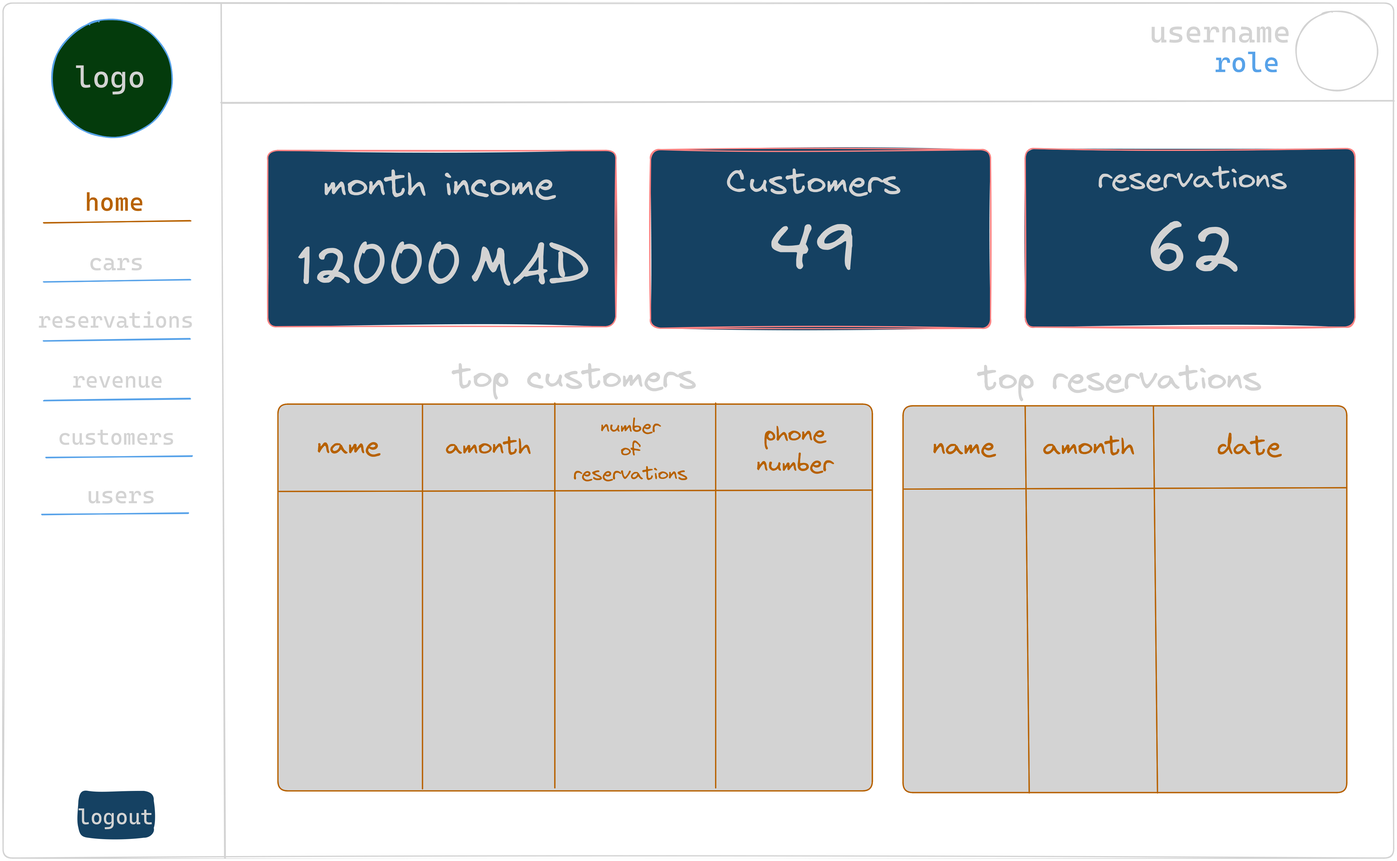
Earlier version of the Excalidraw export resources/images/dashboard_frame.png (badrxd/CMS). Source tidied: one line per element, renumbered; positions are measured from the earlier drawing's top-left corner, leaving out a move shared by most shapes.
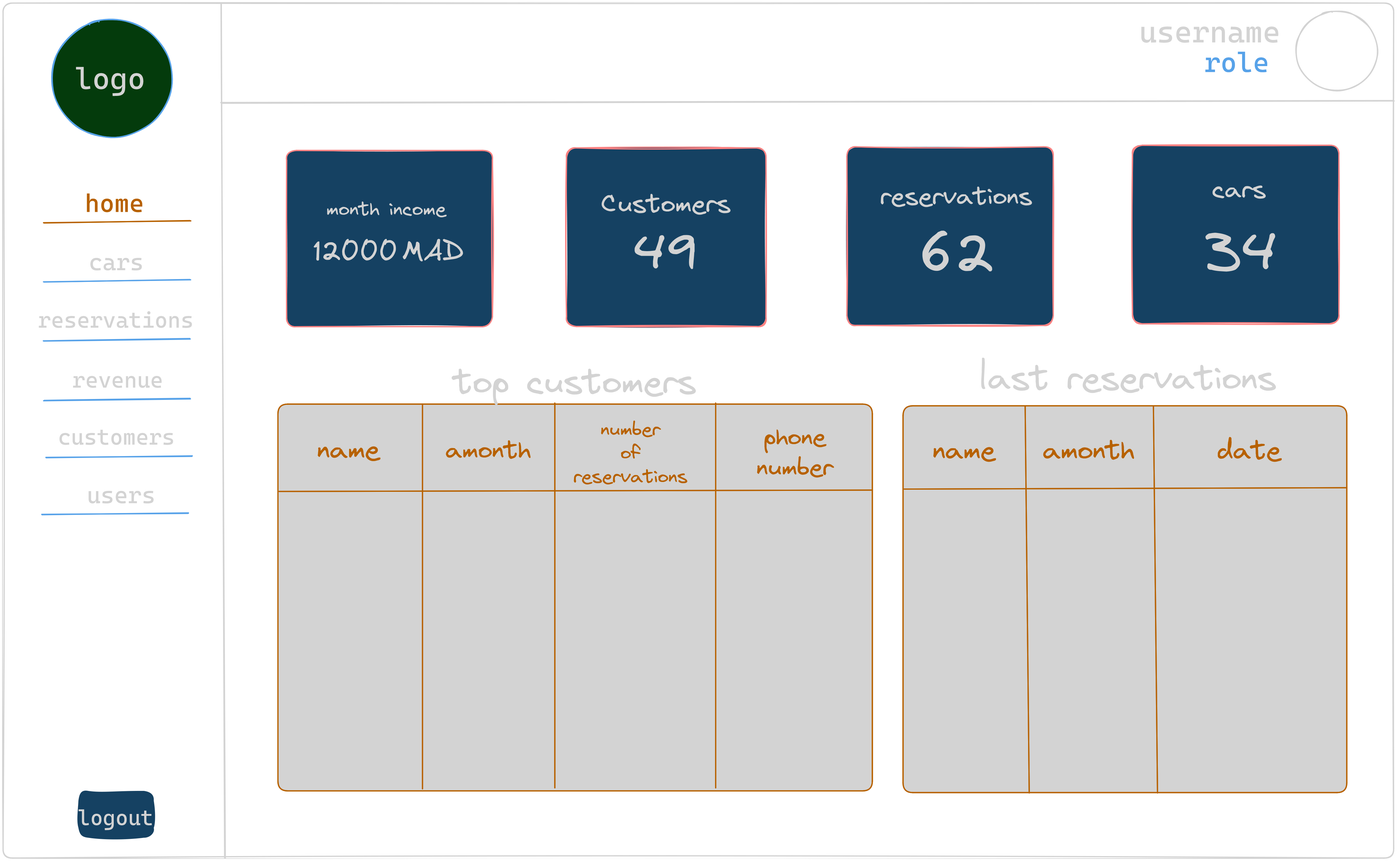
The same file after the commit.

Change to the diagram source:
```diff
@@ -2,49 +2,52 @@
 {"id": 1, "type": "line", "strokeColor": "#1e1e1e", "strokeWidth": 4, "roughness": 1, "round": true, "x": 709, "y": 0, "width": 13, "height": 2781, "points": [[0, 0], [13, 2781]]}
 {"id": 2, "type": "line", "strokeColor": "#1e1e1e", "strokeWidth": 4, "roughness": 1, "round": true, "x": 709, "y": 325, "width": 3815, "height": 7, "points": [[0, 0], [3815, -7]]}
 {"id": 3, "type": "ellipse", "strokeColor": "#1e1e1e", "strokeWidth": 4, "roughness": 1, "round": true, "x": 4205, "y": 26, "width": 265, "height": 258}
-{"id": 4, "type": "text", "text": "username", "strokeColor": "#1e1e1e", "strokeWidth": 4, "roughness": 1, "fontSize": 98.38, "fontFamily": 3, "x": 3728, "y": 33, "width": 461, "height": 118}
+{"id": 4, "type": "text", "text": "username", "strokeColor": "#1e1e1e", "strokeWidth": 4, "roughness": 1, "fontSize": 98.38, "fontFamily": 3, "x": 3695, "y": 33, "width": 459, "height": 118}
-{"id": 5, "type": "text", "text": "role", "strokeColor": "#1971c2", "strokeWidth": 4, "roughness": 1, "fontSize": 89.99, "fontFamily": 3, "x": 3941, "y": 137, "width": 210, "height": 108}
+{"id": 5, "type": "text", "text": "role", "strokeColor": "#1971c2", "strokeWidth": 4, "roughness": 1, "fontSize": 89.99, "fontFamily": 3, "x": 3907, "y": 137, "width": 211, "height": 108}
-{"id": 6, "type": "text", "text": "home", "strokeColor": "#f08c00", "strokeWidth": 4, "roughness": 1, "fontSize": 81.82, "fontFamily": 3, "x": 266, "y": 597, "width": 192, "height": 98}
+{"id": 6, "type": "text", "text": "home", "strokeColor": "#f08c00", "strokeWidth": 4, "roughness": 1, "fontSize": 81.82, "fontFamily": 3, "x": 266, "y": 597, "width": 208, "height": 98}
 {"id": 7, "type": "ellipse", "strokeColor": "#1971c2", "backgroundColor": "#b2f2bb", "fillStyle": "solid", "strokeWidth": 4, "roughness": 1, "round": true, "x": 159, "y": 53, "width": 391, "height": 384}
-{"id": 8, "type": "text", "text": "logo", "strokeColor": "#1e1e1e", "strokeWidth": 4, "roughness": 1, "fontSize": 98.38, "fontFamily": 3, "x": 233, "y": 179, "width": 230, "height": 118}
+{"id": 8, "type": "text", "text": "logo", "strokeColor": "#1e1e1e", "strokeWidth": 4, "roughness": 1, "fontSize": 98.38, "fontFamily": 3, "x": 233, "y": 179, "width": 196, "height": 118}
 {"id": 9, "type": "line", "strokeColor": "#f08c00", "backgroundColor": "#b2f2bb", "fillStyle": "solid", "strokeWidth": 4, "roughness": 1, "round": true, "x": 132, "y": 715, "width": 477, "height": 7, "points": [[0, 0], [477, -7]]}
 {"id": 10, "type": "text", "text": "cars", "strokeColor": "#1e1e1e", "strokeWidth": 4, "roughness": 1, "fontSize": 76.31, "fontFamily": 3, "x": 279, "y": 795, "width": 178, "height": 92}
 {"id": 11, "type": "line", "strokeColor": "#1971c2", "backgroundColor": "#b2f2bb", "fillStyle": "solid", "strokeWidth": 4, "roughness": 1, "round": true, "x": 132, "y": 907, "width": 477, "height": 7, "points": [[0, 0], [477, -7]]}
-{"id": 12, "type": "text", "text": "reservations", "strokeColor": "#1e1e1e", "strokeWidth": 4, "roughness": 1, "fontSize": 71.9, "fontFamily": 3, "x": 113, "y": 987, "width": 504, "height": 86}
+{"id": 12, "type": "text", "text": "reservations", "strokeColor": "#1e1e1e", "strokeWidth": 4, "roughness": 1, "fontSize": 71.9, "fontFamily": 3, "x": 113, "y": 987, "width": 506, "height": 86}
 {"id": 13, "type": "line", "strokeColor": "#1971c2", "backgroundColor": "#b2f2bb", "fillStyle": "solid", "strokeWidth": 4, "roughness": 1, "round": true, "x": 132, "y": 1099, "width": 477, "height": 7, "points": [[0, 0], [477, -7]]}
 {"id": 14, "type": "line", "strokeColor": "#1971c2", "backgroundColor": "#b2f2bb", "fillStyle": "solid", "strokeWidth": 4, "roughness": 1, "round": true, "x": 133, "y": 1294, "width": 477, "height": 7, "points": [[0, 0], [477, -7]]}
 {"id": 15, "type": "line", "strokeColor": "#1971c2", "backgroundColor": "#b2f2bb", "fillStyle": "solid", "strokeWidth": 4, "roughness": 1, "round": true, "x": 139, "y": 1480, "width": 477, "height": 7, "points": [[0, 0], [477, -7]]}
 {"id": 16, "type": "rectangle", "strokeColor": "transparent", "backgroundColor": "#a5d8ff", "fillStyle": "solid", "strokeWidth": 4, "roughness": 2, "round": true, "x": 245, "y": 2563, "width": 245, "height": 152}
-{"id": 17, "type": "text", "text": "logout", "strokeColor": "#1e1e1e", "strokeWidth": 4, "roughness": 1, "fontSize": 70.32, "fontFamily": 3, "x": 243, "y": 2603, "width": 246, "height": 84}
+{"id": 17, "type": "text", "text": "logout", "strokeColor": "#1e1e1e", "strokeWidth": 4, "roughness": 1, "fontSize": 70.32, "fontFamily": 3, "x": 243, "y": 2603, "width": 204, "height": 84}
 {"id": 18, "type": "text", "text": "revenue", "strokeColor": "#1e1e1e", "strokeWidth": 4, "roughness": 1, "fontSize": 71.9, "fontFamily": 3, "x": 225, "y": 1182, "width": 295, "height": 86}
 {"id": 19, "type": "text", "text": "customers", "strokeColor": "#1e1e1e", "strokeWidth": 4, "roughness": 1, "fontSize": 71.9, "fontFamily": 3, "x": 179, "y": 1367, "width": 380, "height": 86}
 {"id": 20, "type": "text", "text": "users", "strokeColor": "#1e1e1e", "strokeWidth": 4, "roughness": 1, "fontSize": 76.31, "fontFamily": 3, "x": 272, "y": 1553, "width": 223, "height": 92}
 {"id": 21, "type": "line", "strokeColor": "#1971c2", "backgroundColor": "#b2f2bb", "fillStyle": "solid", "strokeWidth": 4, "roughness": 1, "round": true, "x": 126, "y": 1665, "width": 477, "height": 7, "points": [[0, 0], [477, -7]]}
-{"id": 22, "type": "rectangle", "strokeColor": "#e03131", "backgroundColor": "#a5d8ff", "fillStyle": "solid", "strokeWidth": 4, "roughness": 2, "round": true, "x": 2106, "y": 477, "width": 1106, "height": 581}
+{"id": 22, "type": "rectangle", "strokeColor": "#e03131", "backgroundColor": "#a5d8ff", "fillStyle": "solid", "strokeWidth": 4, "roughness": 2, "round": true, "x": 1833, "y": 471, "width": 649, "height": 581}
-{"id": 23, "type": "rectangle", "strokeColor": "#e03131", "backgroundColor": "#a5d8ff", "fillStyle": "solid", "strokeWidth": 4, "roughness": 2, "round": true, "x": 861, "y": 479, "width": 1132, "height": 574}
+{"id": 23, "type": "rectangle", "strokeColor": "#e03131", "backgroundColor": "#a5d8ff", "fillStyle": "solid", "strokeWidth": 4, "roughness": 2, "round": true, "x": 922, "y": 479, "width": 669, "height": 574}
-{"id": 24, "type": "rectangle", "strokeColor": "#e03131", "backgroundColor": "#a5d8ff", "fillStyle": "solid", "strokeWidth": 4, "roughness": 2, "round": true, "x": 3325, "y": 473, "width": 1073, "height": 581}
+{"id": 24, "type": "rectangle", "strokeColor": "#e03131", "backgroundColor": "#a5d8ff", "fillStyle": "solid", "strokeWidth": 4, "roughness": 2, "round": true, "x": 2745, "y": 468, "width": 671, "height": 581}
-{"id": 25, "type": "text", "text": "Customers", "strokeColor": "#1e1e1e", "strokeWidth": 4, "roughness": 1, "fontSize": 113.1, "fontFamily": 1, "x": 2352, "y": 514, "width": 568, "height": 141}
+{"id": 25, "type": "text", "text": "Customers", "strokeColor": "#1e1e1e", "strokeWidth": 4, "roughness": 1, "fontSize": 83.99, "fontFamily": 1, "x": 1945, "y": 604, "width": 422, "height": 105}
-{"id": 26, "type": "text", "text": "49", "strokeColor": "#1e1e1e", "strokeWidth": 4, "roughness": 1, "fontSize": 224.04, "fontFamily": 1, "x": 2497, "y": 668, "width": 280, "height": 280}
+{"id": 26, "type": "text", "text": "49", "strokeColor": "#1e1e1e", "strokeWidth": 4, "roughness": 1, "fontSize": 166.37, "fontFamily": 1, "x": 2052, "y": 717, "width": 179, "height": 208}
-{"id": 27, "type": "text", "text": "reservations", "strokeColor": "#1e1e1e", "strokeWidth": 4, "roughness": 1, "fontSize": 102.07, "fontFamily": 1, "x": 3561, "y": 509, "width": 616, "height": 128}
+{"id": 27, "type": "text", "text": "reservations", "strokeColor": "#1e1e1e", "strokeWidth": 4, "roughness": 1, "fontSize": 81.58, "fontFamily": 1, "x": 2853, "y": 581, "width": 434, "height": 102}
-{"id": 28, "type": "text", "text": "62", "strokeColor": "#1e1e1e", "strokeWidth": 4, "roughness": 1, "fontSize": 224.04, "fontFamily": 1, "x": 3719, "y": 673, "width": 303, "height": 280}
+{"id": 28, "type": "text", "text": "62", "strokeColor": "#1e1e1e", "strokeWidth": 4, "roughness": 1, "fontSize": 179.07, "fontFamily": 1, "x": 2979, "y": 713, "width": 242, "height": 224}
-{"id": 29, "type": "text", "text": "month income", "strokeColor": "#1e1e1e", "strokeWidth": 4, "roughness": 1, "fontSize": 123.34, "fontFamily": 1, "x": 1041, "y": 515, "width": 755, "height": 154}
+{"id": 29, "type": "text", "text": "month income", "strokeColor": "#1e1e1e", "strokeWidth": 4, "roughness": 1, "fontSize": 63.37, "fontFamily": 1, "x": 1052, "y": 632, "width": 406, "height": 79}
-{"id": 30, "type": "text", "text": "12000", "strokeColor": "#1e1e1e", "strokeWidth": 4, "roughness": 1, "fontSize": 176.05, "fontFamily": 1, "x": 960, "y": 754, "width": 536, "height": 220}
+{"id": 30, "type": "text", "text": "12000", "strokeColor": "#1e1e1e", "strokeWidth": 4, "roughness": 1, "fontSize": 90.46, "fontFamily": 1, "x": 1010, "y": 755, "width": 276, "height": 113}
-{"id": 31, "type": "text", "text": "MAD", "strokeColor": "#1e1e1e", "strokeWidth": 4, "roughness": 1, "fontSize": 178.18, "fontFamily": 1, "x": 1520, "y": 749, "width": 392, "height": 223}
+{"id": 31, "type": "text", "text": "MAD", "strokeColor": "#1e1e1e", "strokeWidth": 4, "roughness": 1, "fontSize": 91.55, "fontFamily": 1, "x": 1298, "y": 753, "width": 205, "height": 114}
 {"id": 32, "type": "rectangle", "strokeColor": "#f08c00", "backgroundColor": "#1e1e1e", "fillStyle": "solid", "strokeWidth": 4, "roughness": 0, "round": true, "x": 894, "y": 1305, "width": 1933, "height": 1258}
-{"id": 33, "type": "text", "text": "top customers", "strokeColor": "#1e1e1e", "strokeWidth": 4, "roughness": 1, "fontSize": 113.1, "fontFamily": 1, "x": 1464, "y": 1148, "width": 791, "height": 141}
+{"id": 33, "type": "text", "text": "top customers", "strokeColor": "#1e1e1e", "strokeWidth": 4, "roughness": 1, "fontSize": 113.1, "fontFamily": 1, "x": 1464, "y": 1148, "width": 713, "height": 141}
 {"id": 34, "type": "line", "strokeColor": "#f08c00", "backgroundColor": "#1e1e1e", "fillStyle": "solid", "strokeWidth": 4, "roughness": 0, "round": true, "x": 898, "y": 1589, "width": 1930, "height": 4, "points": [[0, 0], [1930, -4]]}
 {"id": 35, "type": "rectangle", "strokeColor": "#f08c00", "backgroundColor": "#1e1e1e", "fillStyle": "solid", "strokeWidth": 4, "roughness": 0, "round": true, "x": 2927, "y": 1310, "width": 1443, "height": 1258}
-{"id": 36, "type": "text", "text": "top reservations", "strokeColor": "#1e1e1e", "strokeWidth": 4, "roughness": 1, "fontSize": 113.1, "fontFamily": 1, "x": 3173, "y": 1153, "width": 921, "height": 141}
+{"id": 36, "type": "text", "text": "last reservations", "strokeColor": "#1e1e1e", "strokeWidth": 4, "roughness": 1, "fontSize": 113.1, "fontFamily": 1, "x": 3173, "y": 1153, "width": 969, "height": 141}
 {"id": 37, "type": "line", "strokeColor": "#f08c00", "backgroundColor": "#1e1e1e", "fillStyle": "solid", "strokeWidth": 4, "roughness": 0, "round": true, "x": 2931, "y": 1581, "width": 1440, "height": 4, "points": [[0, 0], [1440, -4]]}
 {"id": 38, "type": "line", "strokeColor": "#f08c00", "backgroundColor": "#1e1e1e", "fillStyle": "solid", "strokeWidth": 4, "roughness": 0, "round": true, "x": 1364, "y": 1305, "width": 0, "height": 1252, "points": [[0, 0], [0, 1252]]}
 {"id": 39, "type": "line", "strokeColor": "#f08c00", "backgroundColor": "#1e1e1e", "fillStyle": "solid", "strokeWidth": 4, "roughness": 0, "round": true, "x": 1795, "y": 1301, "width": 0, "height": 1252, "points": [[0, 0], [0, 1252]]}
 {"id": 40, "type": "line", "strokeColor": "#f08c00", "backgroundColor": "#1e1e1e", "fillStyle": "solid", "strokeWidth": 4, "roughness": 0, "round": true, "x": 2318, "y": 1301, "width": 0, "height": 1252, "points": [[0, 0], [0, 1252]]}
-{"id": 41, "type": "text", "text": "name", "strokeColor": "#f08c00", "strokeWidth": 4, "roughness": 1, "fontSize": 88.19, "fontFamily": 1, "x": 1022, "y": 1386, "width": 204, "height": 110}
+{"id": 41, "type": "text", "text": "name", "strokeColor": "#f08c00", "strokeWidth": 4, "roughness": 1, "fontSize": 88.19, "fontFamily": 1, "x": 1022, "y": 1386, "width": 216, "height": 110}
-{"id": 42, "type": "text", "text": "amonth", "strokeColor": "#f08c00", "strokeWidth": 4, "roughness": 1, "fontSize": 81.73, "fontFamily": 1, "x": 1439, "y": 1393, "width": 276, "height": 102}
+{"id": 42, "type": "text", "text": "amonth", "strokeColor": "#f08c00", "strokeWidth": 4, "roughness": 1, "fontSize": 81.73, "fontFamily": 1, "x": 1439, "y": 1393, "width": 281, "height": 102}
-{"id": 43, "type": "text", "text": "number\nof\nreservations", "strokeColor": "#f08c00", "strokeWidth": 4, "roughness": 1, "fontSize": 61.48, "fontFamily": 1, "textAlign": "center", "x": 1855, "y": 1340, "width": 371, "height": 231}
+{"id": 43, "type": "text", "text": "number\nof\nreservations", "strokeColor": "#f08c00", "strokeWidth": 4, "roughness": 1, "fontSize": 61.48, "fontFamily": 1, "textAlign": "center", "x": 1877, "y": 1340, "width": 327, "height": 231}
-{"id": 44, "type": "text", "text": "phone\nnumber", "strokeColor": "#f08c00", "strokeWidth": 4, "roughness": 1, "fontSize": 78.67, "fontFamily": 1, "textAlign": "center", "x": 2451, "y": 1353, "width": 249, "height": 197}
+{"id": 44, "type": "text", "text": "phone\nnumber", "strokeColor": "#f08c00", "strokeWidth": 4, "roughness": 1, "fontSize": 78.67, "fontFamily": 1, "textAlign": "center", "x": 2439, "y": 1353, "width": 273, "height": 197}
 {"id": 45, "type": "line", "strokeColor": "#f08c00", "backgroundColor": "#1e1e1e", "fillStyle": "solid", "strokeWidth": 4, "roughness": 0, "round": true, "x": 3325, "y": 1311, "width": 13, "height": 1258, "points": [[0, 0], [13, 1258]]}
 {"id": 46, "type": "line", "strokeColor": "#f08c00", "backgroundColor": "#1e1e1e", "fillStyle": "solid", "strokeWidth": 4, "roughness": 0, "round": true, "x": 3742, "y": 1311, "width": 13, "height": 1258, "points": [[0, 0], [13, 1258]]}
-{"id": 47, "type": "text", "text": "name", "strokeColor": "#f08c00", "strokeWidth": 4, "roughness": 1, "fontSize": 88.19, "fontFamily": 1, "x": 3024, "y": 1389, "width": 204, "height": 110}
+{"id": 47, "type": "text", "text": "name", "strokeColor": "#f08c00", "strokeWidth": 4, "roughness": 1, "fontSize": 88.19, "fontFamily": 1, "x": 3024, "y": 1389, "width": 216, "height": 110}
-{"id": 48, "type": "text", "text": "amonth", "strokeColor": "#f08c00", "strokeWidth": 4, "roughness": 1, "fontSize": 88.19, "fontFamily": 1, "x": 3382, "y": 1389, "width": 297, "height": 110}
+{"id": 48, "type": "text", "text": "amonth", "strokeColor": "#f08c00", "strokeWidth": 4, "roughness": 1, "fontSize": 88.19, "fontFamily": 1, "x": 3382, "y": 1389, "width": 302, "height": 110}
-{"id": 49, "type": "text", "text": "date", "strokeColor": "#f08c00", "strokeWidth": 4, "roughness": 1, "fontSize": 88.19, "fontFamily": 1, "x": 3951, "y": 1389, "width": 207, "height": 110}
+{"id": 49, "type": "text", "text": "date", "strokeColor": "#f08c00", "strokeWidth": 4, "roughness": 1, "fontSize": 88.19, "fontFamily": 1, "x": 3951, "y": 1389, "width": 172, "height": 110}
+{"id": 50, "type": "rectangle", "strokeColor": "#e03131", "backgroundColor": "#a5d8ff", "fillStyle": "solid", "strokeWidth": 4, "roughness": 2, "round": true, "x": 3674, "y": 463, "width": 671, "height": 581}
+{"id": 51, "type": "text", "text": "cars", "strokeColor": "#1e1e1e", "strokeWidth": 4, "roughness": 1, "fontSize": 81.58, "fontFamily": 1, "x": 3933, "y": 560, "width": 176, "height": 102}
+{"id": 52, "type": "text", "text": "34", "strokeColor": "#1e1e1e", "strokeWidth": 4, "roughness": 1, "fontSize": 179.07, "fontFamily": 1, "x": 3908, "y": 708, "width": 238, "height": 224}
```
